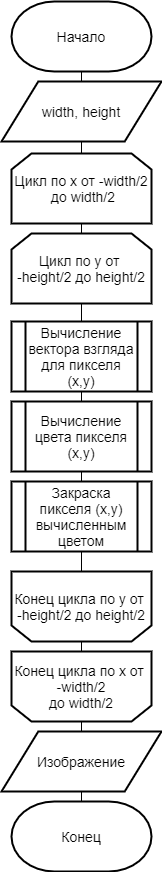
The draw.io diagram lab4/report/inc/img/trass_simple.png in alena-zayts/BMSTU_5sem_analysis_of_algorithms, before a commit. Source tidied: cells renumbered, new cells last; positions are measured from the earlier drawing's top-left corner, leaving out a move shared by most shapes.
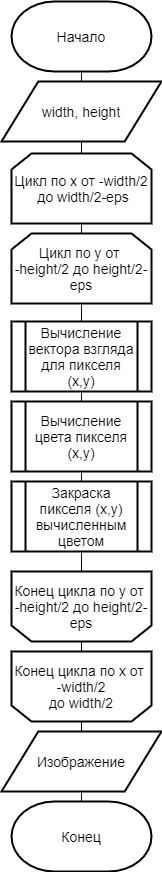
After the change.

The edit, as a diff of the source:
```diff
@@ -34,13 +34,13 @@
         <mxPoint x="80" y="570" as="targetPoint" />
       </mxGeometry>
     </mxCell>
-    <mxCell id="9" value="&lt;span style=&quot;font-size: 14px&quot;&gt;Цикл по x от -&lt;/span&gt;&lt;span style=&quot;font-size: 14px&quot;&gt;width/2&lt;/span&gt;&lt;span style=&quot;font-size: 14px&quot;&gt;&lt;br&gt;&amp;nbsp;до&amp;nbsp;&lt;/span&gt;&lt;span style=&quot;font-size: 14px&quot;&gt;width/2&lt;/span&gt;" style="shape=loopLimit;whiteSpace=wrap;html=1;strokeWidth=2;" parent="1" vertex="1">
+    <mxCell id="9" value="&lt;span style=&quot;font-size: 14px&quot;&gt;Цикл по x от -&lt;/span&gt;&lt;span style=&quot;font-size: 14px&quot;&gt;width/2&lt;/span&gt;&lt;span style=&quot;font-size: 14px&quot;&gt;&lt;br&gt;&amp;nbsp;до&amp;nbsp;&lt;/span&gt;&lt;span style=&quot;font-size: 14px&quot;&gt;width/2-eps&lt;/span&gt;" style="shape=loopLimit;whiteSpace=wrap;html=1;strokeWidth=2;" parent="1" vertex="1">
       <mxGeometry x="10" y="152" width="140" height="70" as="geometry" />
     </mxCell>
     <mxCell id="10" style="edgeStyle=orthogonalEdgeStyle;rounded=0;jettySize=auto;html=1;exitX=0.5;exitY=1;exitDx=0;exitDy=0;entryX=0.5;entryY=0;entryDx=0;entryDy=0;endArrow=none;endFill=0;" parent="1" edge="1" source="11" target="13">
       <mxGeometry relative="1" as="geometry" />
     </mxCell>
-    <mxCell id="11" value="&lt;span style=&quot;font-size: 14px&quot;&gt;Цикл по y от &lt;br&gt;-height/2 до&amp;nbsp;&lt;/span&gt;&lt;span style=&quot;font-size: 14px&quot;&gt;height/2&lt;/span&gt;" style="shape=loopLimit;whiteSpace=wrap;html=1;strokeWidth=2;" parent="1" vertex="1">
+    <mxCell id="11" value="&lt;span style=&quot;font-size: 14px&quot;&gt;Цикл по y от &lt;br&gt;-height/2 до&amp;nbsp;&lt;/span&gt;&lt;span style=&quot;font-size: 14px&quot;&gt;height/2&lt;/span&gt;&lt;span style=&quot;font-size: 14px&quot;&gt;-eps&lt;/span&gt;" style="shape=loopLimit;whiteSpace=wrap;html=1;strokeWidth=2;" parent="1" vertex="1">
       <mxGeometry x="10" y="232" width="140" height="70" as="geometry" />
     </mxCell>
     <mxCell id="12" style="edgeStyle=orthogonalEdgeStyle;rounded=0;jettySize=auto;html=1;exitX=0.5;exitY=1;exitDx=0;exitDy=0;entryX=0.5;entryY=0;entryDx=0;entryDy=0;endArrow=none;endFill=0;" parent="1" edge="1" source="13" target="14">
@@ -55,7 +55,7 @@
     <mxCell id="15" value="Вычисление вектора взгляда для пикселя (x,y)" style="shape=process;whiteSpace=wrap;html=1;backgroundOutline=1;strokeWidth=2;fontSize=14;" parent="1" vertex="1">
       <mxGeometry x="10" y="320" width="140" height="70" as="geometry" />
     </mxCell>
-    <mxCell id="16" value="&lt;span style=&quot;font-size: 14px&quot;&gt;Конец цикла&amp;nbsp;&lt;/span&gt;&lt;span style=&quot;font-size: 14px&quot;&gt;по y от&amp;nbsp;&lt;br&gt;-height/2 до&amp;nbsp;&lt;/span&gt;&lt;span style=&quot;font-size: 14px&quot;&gt;height/2&lt;/span&gt;" style="shape=loopLimit;whiteSpace=wrap;html=1;strokeWidth=2;direction=west;" parent="1" vertex="1">
+    <mxCell id="16" value="&lt;span style=&quot;font-size: 14px&quot;&gt;Конец цикла&amp;nbsp;&lt;/span&gt;&lt;span style=&quot;font-size: 14px&quot;&gt;по y от&amp;nbsp;&lt;br&gt;-height/2 до&amp;nbsp;&lt;/span&gt;&lt;span style=&quot;font-size: 14px&quot;&gt;height/2&lt;/span&gt;&lt;span style=&quot;font-size: 14px&quot;&gt;-eps&lt;/span&gt;" style="shape=loopLimit;whiteSpace=wrap;html=1;strokeWidth=2;direction=west;" parent="1" vertex="1">
       <mxGeometry x="10" y="570" width="140" height="70" as="geometry" />
     </mxCell>
     <mxCell id="17" value="&lt;span style=&quot;font-size: 14px&quot;&gt;Конец цикла&amp;nbsp;&lt;/span&gt;&lt;span style=&quot;font-size: 14px&quot;&gt;по x от &lt;br&gt;-&lt;/span&gt;&lt;span style=&quot;font-size: 14px&quot;&gt;width/2&lt;/span&gt;&lt;span style=&quot;font-size: 14px&quot;&gt;&lt;br&gt;&amp;nbsp;до&amp;nbsp;&lt;/span&gt;&lt;span style=&quot;font-size: 14px&quot;&gt;width/2&lt;/span&gt;&lt;span style=&quot;font-size: 14px&quot;&gt;&amp;nbsp;&lt;/span&gt;" style="shape=loopLimit;whiteSpace=wrap;html=1;strokeWidth=2;direction=west;" parent="1" vertex="1">
```
